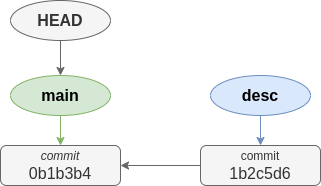
Before: docs/apunts/img/branques/before_ff.png, a diagram exported from draw.io (joapuiib/curs-git). Source tidied: cells renumbered, new cells last; positions are measured from the earlier drawing's top-left corner, leaving out a move shared by most shapes.
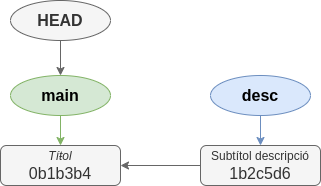
Above is the later version.

Change to the diagram source:
```diff
@@ -2,7 +2,7 @@
   <root>
     <mxCell id="0" />
     <mxCell id="1" parent="0" />
-    <mxCell id="2" value="&lt;div style=&quot;line-height: 100%;&quot;&gt;&lt;i&gt;&lt;font style=&quot;font-size: 12px;&quot;&gt;commit&lt;/font&gt;&lt;/i&gt;&lt;/div&gt;0b1b3b4" style="rounded=1;whiteSpace=wrap;html=1;fontSize=16;fillColor=#f5f5f5;strokeColor=#666666;fontColor=#333333;" parent="1" vertex="1">
+    <mxCell id="2" value="&lt;div style=&quot;line-height: 100%;&quot;&gt;&lt;i&gt;&lt;font style=&quot;font-size: 12px;&quot;&gt;Tíŧol&lt;/font&gt;&lt;/i&gt;&lt;/div&gt;0b1b3b4" style="rounded=1;whiteSpace=wrap;html=1;fontSize=16;fillColor=#f5f5f5;strokeColor=#666666;fontColor=#333333;" parent="1" vertex="1">
       <mxGeometry y="145" width="120" height="40" as="geometry" />
     </mxCell>
     <mxCell id="3" style="rounded=0;jettySize=auto;html=1;exitX=0.5;exitY=1;exitDx=0;exitDy=0;fillColor=#d5e8d4;strokeColor=#82b366;" parent="1" edge="1" source="4" target="2">
@@ -26,7 +26,7 @@
     <mxCell id="9" style="edgeStyle=orthogonalEdgeStyle;rounded=0;jettySize=auto;html=1;exitX=0;exitY=0.5;exitDx=0;exitDy=0;fillColor=#f5f5f5;strokeColor=#666666;" parent="1" edge="1" source="10" target="2">
       <mxGeometry relative="1" as="geometry" />
     </mxCell>
-    <mxCell id="10" value="&lt;div style=&quot;line-height: 100%;&quot;&gt;&lt;font style=&quot;font-size: 12px;&quot;&gt;commit&lt;/font&gt;&lt;/div&gt;1b2c5d6" style="rounded=1;whiteSpace=wrap;html=1;fontSize=16;fillColor=#f5f5f5;strokeColor=#666666;fontColor=#333333;" parent="1" vertex="1">
+    <mxCell id="10" value="&lt;div style=&quot;line-height: 100%;&quot;&gt;&lt;font style=&quot;font-size: 12px;&quot;&gt;Subtítol descripció&lt;/font&gt;&lt;/div&gt;1b2c5d6" style="rounded=1;whiteSpace=wrap;html=1;fontSize=16;fillColor=#f5f5f5;strokeColor=#666666;fontColor=#333333;" parent="1" vertex="1">
       <mxGeometry x="200" y="145" width="120" height="40" as="geometry" />
     </mxCell>
   </root>
```
